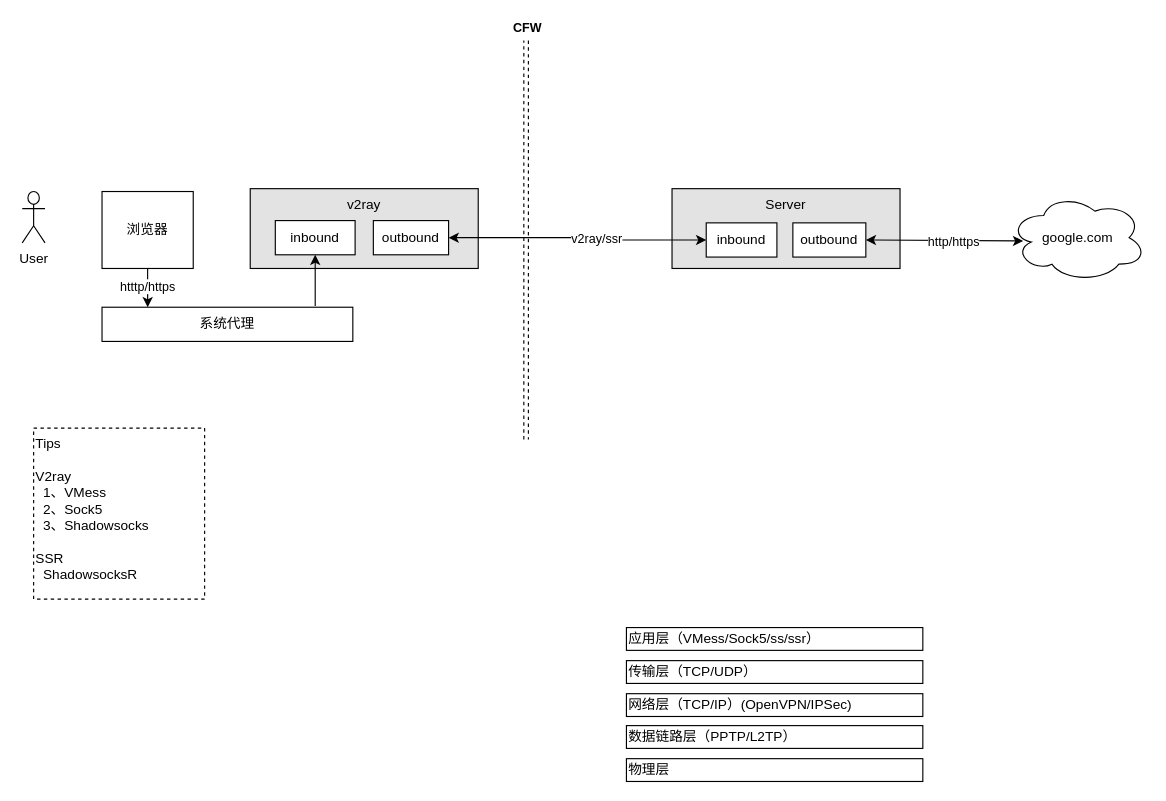
zebra-min/my-design keeps this draw.io diagram as page "第 2 页" (2 of 2) of bluary.drawio. Above is the earlier version. Source tidied: cells renumbered, new cells numbered last; positions are measured from the earlier drawing's top-left corner, leaving out a move shared by most shapes. Both pictures are drawn from the tidied source at 114%, with x=0, y=0 at pixel (22, 40).
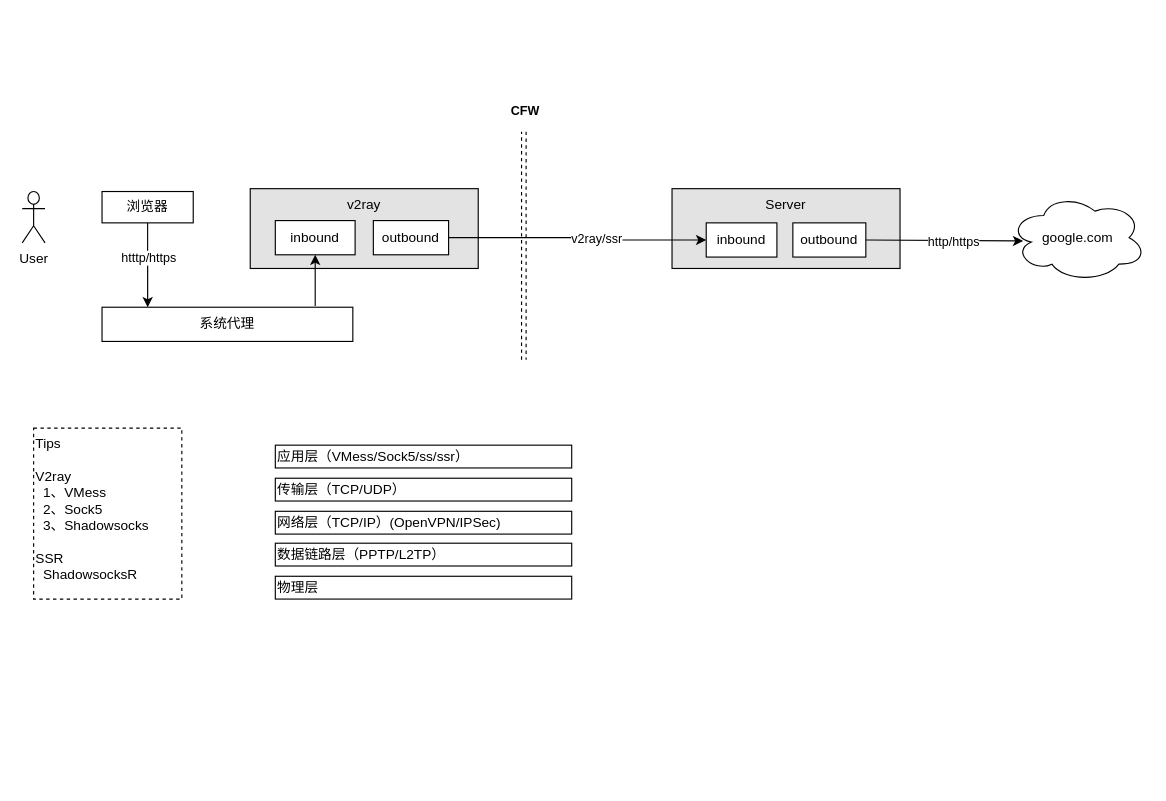
Above is the later version.

The change refers to these unchanged cells:
```xml
<mxCell id="5" style="rounded=0;jettySize=auto;html=1;exitX=0.5;exitY=1;exitDx=0;exitDy=0;entryX=0.182;entryY=0;entryDx=0;entryDy=0;entryPerimeter=0;" parent="1" edge="1" source="7" target="8">
  <mxGeometry relative="1" as="geometry" />
</mxCell>
<mxCell id="13" value="outbound" style="rounded=0;whiteSpace=wrap;html=1;" parent="1" vertex="1">
  <mxGeometry x="308" y="158" width="66" height="30" as="geometry" />
</mxCell>
<mxCell id="14" value="inbound" style="rounded=0;whiteSpace=wrap;html=1;" parent="1" vertex="1">
  <mxGeometry x="600" y="160" width="62" height="30" as="geometry" />
</mxCell>
<mxCell id="17" value="outbound" style="rounded=0;whiteSpace=wrap;html=1;" parent="1" vertex="1">
  <mxGeometry x="676" y="160" width="64" height="30" as="geometry" />
</mxCell>
<mxCell id="18" value="google.com" style="ellipse;shape=cloud;whiteSpace=wrap;html=1;" parent="1" vertex="1">
  <mxGeometry x="866" y="134.2" width="120" height="77.5" as="geometry" />
</mxCell>
```

Diff of the diagram source:
```diff
@@
     <mxCell id="6" value="htttp/https" style="edgeLabel;html=1;align=center;verticalAlign=middle;" parent="5" vertex="1">
       <mxGeometry x="-0.31" y="-1" relative="1" as="geometry">
-        <mxPoint y="3" as="offset" />
+        <mxPoint x="1" y="4" as="offset" />
       </mxGeometry>
     </mxCell>
     <mxCell id="7" value="浏览器" style="rounded=0;whiteSpace=wrap;html=1;" parent="1" vertex="1">
-      <mxGeometry x="70" y="132.5" width="80" height="67.5" as="geometry" />
+      <mxGeometry x="70" y="132.5" width="80" height="27.5" as="geometry" />
     </mxCell>
@@
-    <mxCell id="11" style="edgeStyle=elbowEdgeStyle;rounded=0;jettySize=auto;html=1;exitX=1;exitY=0.5;exitDx=0;exitDy=0;entryX=0;entryY=0.5;entryDx=0;entryDy=0;startArrow=classic;startFill=1;" parent="1" edge="1" source="13" target="14">
+    <mxCell id="11" style="edgeStyle=elbowEdgeStyle;rounded=0;jettySize=auto;html=1;exitX=1;exitY=0.5;exitDx=0;exitDy=0;entryX=0;entryY=0.5;entryDx=0;entryDy=0;startArrow=none;startFill=0;" parent="1" edge="1" source="13" target="14">
       <mxGeometry relative="1" as="geometry" />
     </mxCell>
@@
-    <mxCell id="15" style="rounded=0;jettySize=auto;html=1;exitX=1;exitY=0.5;exitDx=0;exitDy=0;entryX=0.1;entryY=0.538;entryDx=0;entryDy=0;entryPerimeter=0;startArrow=classic;startFill=1;" parent="1" edge="1" source="17" target="18">
+    <mxCell id="15" style="rounded=0;jettySize=auto;html=1;exitX=1;exitY=0.5;exitDx=0;exitDy=0;entryX=0.1;entryY=0.538;entryDx=0;entryDy=0;entryPerimeter=0;startArrow=none;startFill=0;" parent="1" edge="1" source="17" target="18">
       <mxGeometry relative="1" as="geometry" />
     </mxCell>
@@
     <mxCell id="19" style="shape=link;html=1;rounded=0;dashed=1;" parent="1" edge="1">
       <mxGeometry relative="1" as="geometry">
-        <mxPoint x="442" y="350" as="sourcePoint" />
-        <mxPoint x="442" as="targetPoint" />
+        <mxPoint x="440" y="280" as="sourcePoint" />
+        <mxPoint x="440" y="80" as="targetPoint" />
       </mxGeometry>
     </mxCell>
@@
     <mxCell id="21" value="Tips&lt;br&gt;&lt;br&gt;V2ray&lt;br&gt;&amp;nbsp; 1、VMess&lt;br&gt;&amp;nbsp; 2、Sock5&lt;br&gt;&amp;nbsp; 3、Shadowsocks&lt;br&gt;&lt;br&gt;SSR&lt;br&gt;&amp;nbsp; ShadowsocksR" style="text;html=1;strokeColor=default;fillColor=none;align=left;verticalAlign=top;whiteSpace=wrap;rounded=0;dashed=1;" parent="1" vertex="1">
-      <mxGeometry x="10" y="340" width="150" height="150" as="geometry" />
+      <mxGeometry x="10" y="340" width="130" height="150" as="geometry" />
     </mxCell>
     <mxCell id="22" value="网络层（TCP/IP）(OpenVPN/IPSec)" style="rounded=0;whiteSpace=wrap;html=1;align=left;" parent="1" vertex="1">
-      <mxGeometry x="530" y="573" width="260" height="20" as="geometry" />
+      <mxGeometry x="222" y="413" width="260" height="20" as="geometry" />
     </mxCell>
     <mxCell id="23" value="传输层（TCP/UDP）" style="rounded=0;whiteSpace=wrap;html=1;align=left;" parent="1" vertex="1">
-      <mxGeometry x="530" y="544" width="260" height="20" as="geometry" />
+      <mxGeometry x="222" y="384" width="260" height="20" as="geometry" />
     </mxCell>
     <mxCell id="24" value="应用层（VMess/Sock5/ss/ssr）" style="rounded=0;whiteSpace=wrap;html=1;align=left;" parent="1" vertex="1">
-      <mxGeometry x="530" y="515" width="260" height="20" as="geometry" />
+      <mxGeometry x="222" y="355" width="260" height="20" as="geometry" />
     </mxCell>
     <mxCell id="25" value="数据链路层（PPTP/L2TP）" style="rounded=0;whiteSpace=wrap;html=1;align=left;" parent="1" vertex="1">
-      <mxGeometry x="530" y="601" width="260" height="20" as="geometry" />
+      <mxGeometry x="222" y="441" width="260" height="20" as="geometry" />
     </mxCell>
     <mxCell id="26" value="物理层" style="rounded=0;whiteSpace=wrap;html=1;align=left;" parent="1" vertex="1">
-      <mxGeometry x="530" y="630" width="260" height="20" as="geometry" />
+      <mxGeometry x="222" y="470" width="260" height="20" as="geometry" />
     </mxCell>
```
